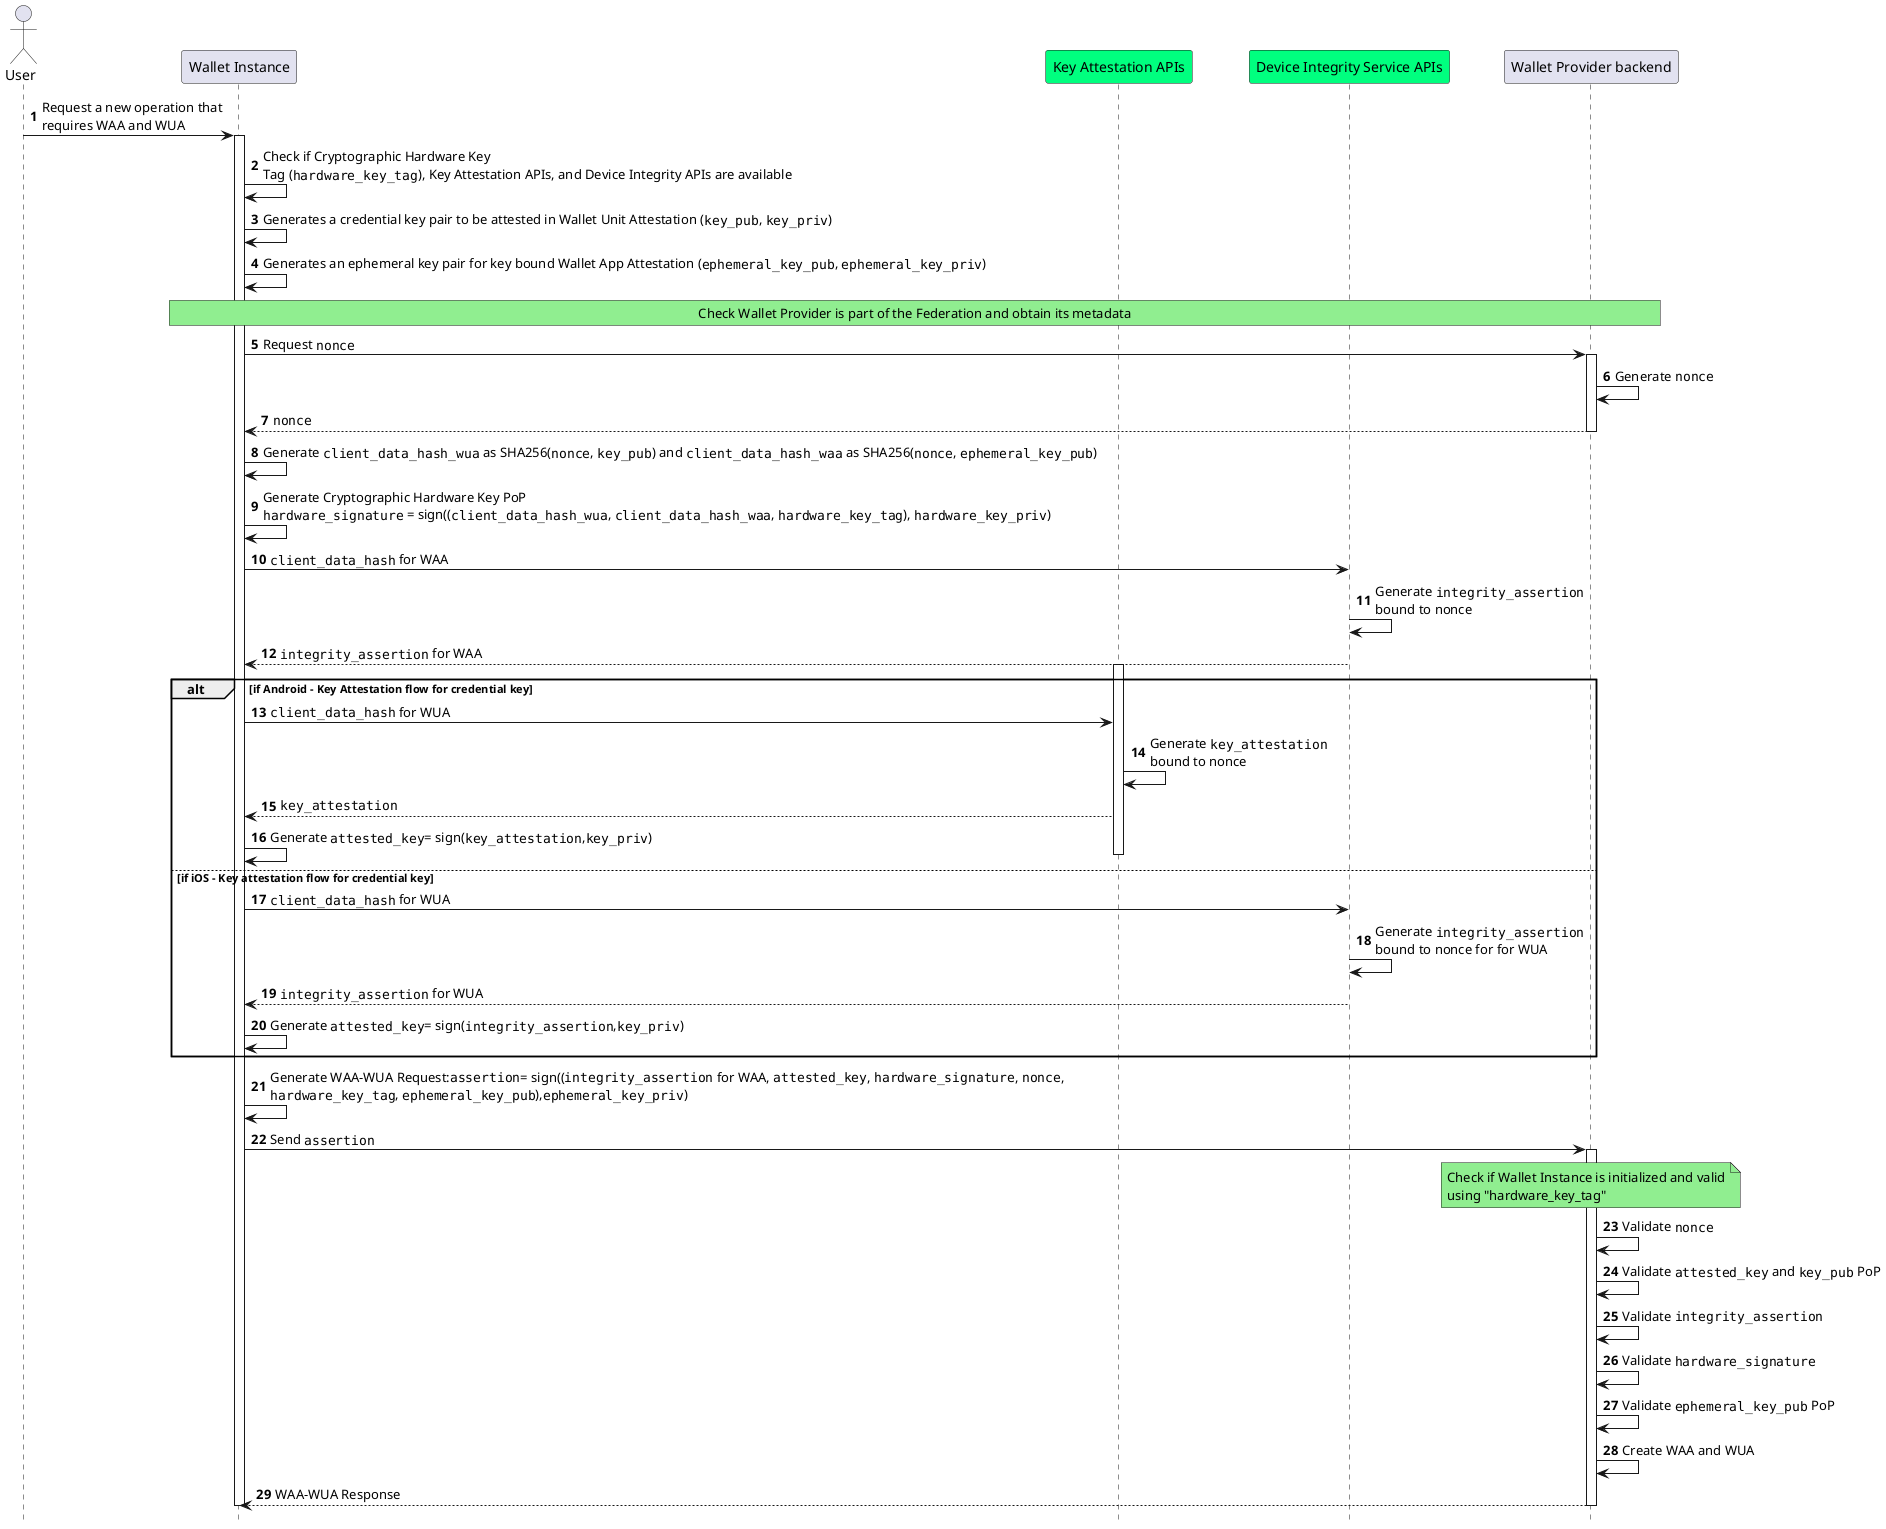
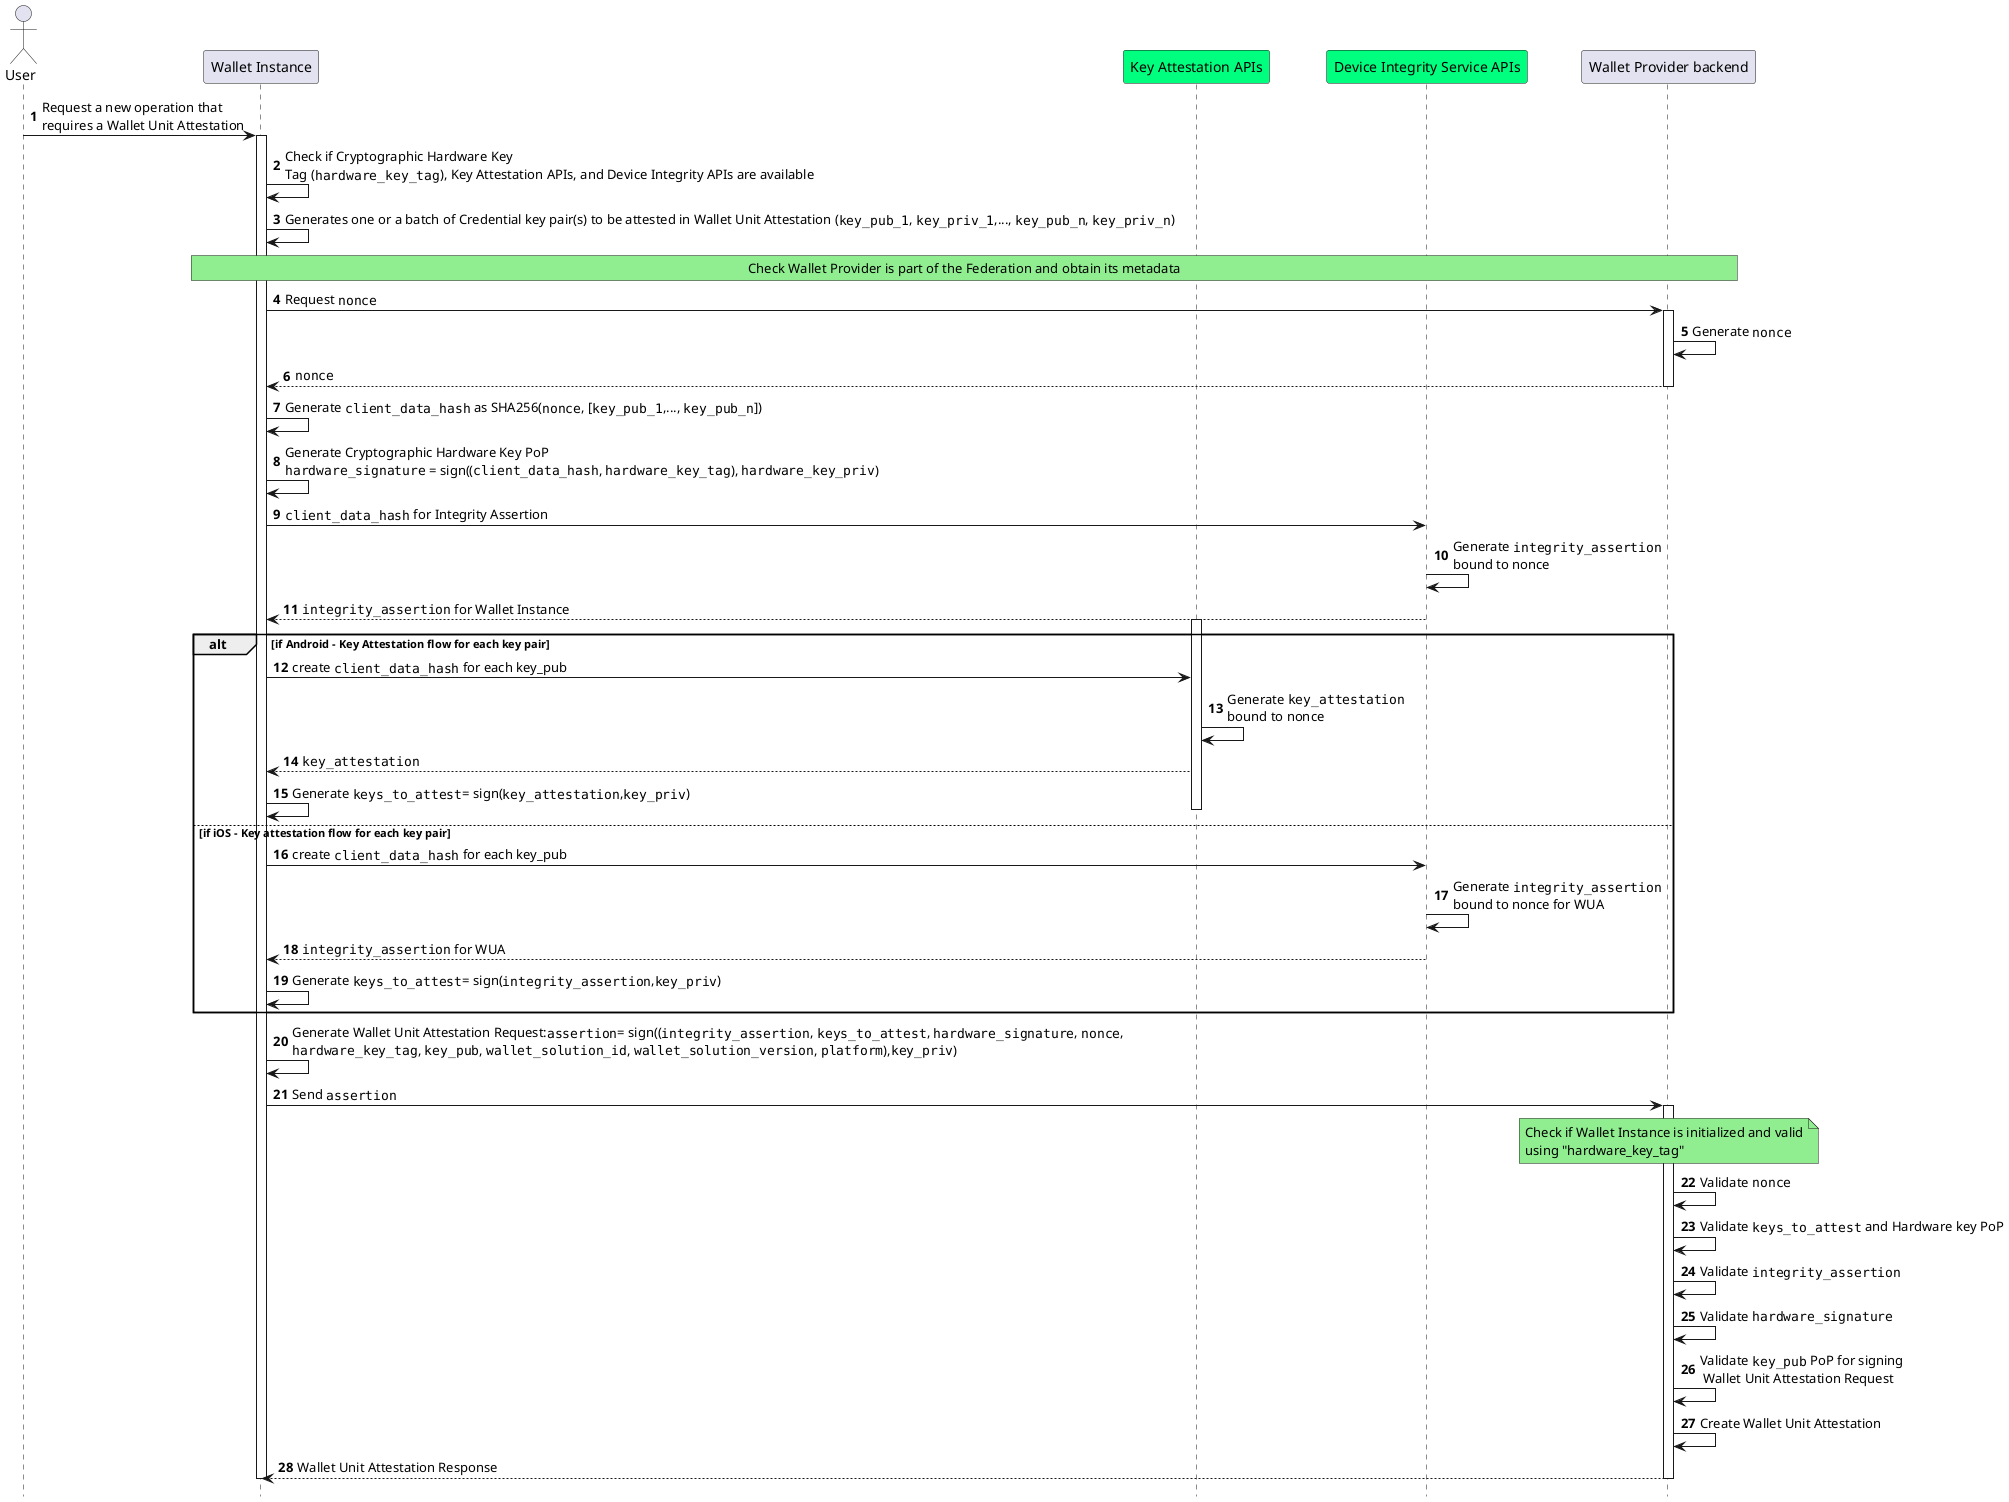
@startuml Wallet App and Wallet Unit Attestations Issuance
autonumber
hide footbox

'Participants
actor "User" as user
participant "Wallet Instance" as app
participant "Key Attestation APIs" as kats #springgreen
participant "Device Integrity Service APIs" as aats #springgreen
participant "Wallet Provider backend" as bck

- user->app: Request a new operation that\nrequires WAA and WUA
+ user->app: Request a new operation that\nrequires a Wallet Unit Attestation
activate app

app->app: Check if Cryptographic Hardware Key \nTag (""hardware_key_tag""), Key Attestation APIs, and Device Integrity APIs are available

- app->app: Generates a credential key pair to be attested in Wallet Unit Attestation (""key_pub"", ""key_priv"")
- app->app: Generates an ephemeral key pair for key bound Wallet App Attestation (""ephemeral_key_pub"", ""ephemeral_key_priv"")
+ app->app: Generates one or a batch of Credential key pair(s) to be attested in Wallet Unit Attestation (""key_pub_1"", ""key_priv_1"",..., ""key_pub_n"", ""key_priv_n"")

rnote over app,bck #LIGHTGREEN
Check Wallet Provider is part of the Federation and obtain its metadata
endrnote

app->bck: Request ""nonce""
activate bck

bck->bck: Generate ""nonce""

bck-->app: ""nonce""
deactivate bck


- app->app: Generate ""client_data_hash_wua"" as SHA256(""nonce"", ""key_pub"") and ""client_data_hash_waa"" as SHA256(""nonce"", ""ephemeral_key_pub"")
+ app->app: Generate ""client_data_hash"" as SHA256(""nonce"", [""key_pub_1"",..., ""key_pub_n""])

- app->app: Generate Cryptographic Hardware Key PoP\n""hardware_signature"" = sign((""client_data_hash_wua"", ""client_data_hash_waa"", ""hardware_key_tag""), ""hardware_key_priv"")
+ app->app: Generate Cryptographic Hardware Key PoP\n""hardware_signature"" = sign((""client_data_hash"", ""hardware_key_tag""), ""hardware_key_priv"")

- app->aats: ""client_data_hash"" for WAA
+ app->aats: ""client_data_hash"" for Integrity Assertion
aats->aats: Generate ""integrity_assertion""\nbound to nonce
- aats-->app: ""integrity_assertion"" for WAA
+ aats-->app: ""integrity_assertion"" for Wallet Instance

- alt if Android - Key Attestation flow for credential key
+ alt if Android - Key Attestation flow for each key pair

activate kats

- app->kats: ""client_data_hash"" for WUA
+ app->kats: create ""client_data_hash"" for each key_pub

kats->kats: Generate ""key_attestation""\nbound to nonce

kats-->app: ""key_attestation""
- app->app : Generate ""attested_key""= sign(""key_attestation"",""key_priv"")
+ app->app : Generate ""keys_to_attest""= sign(""key_attestation"",""key_priv"")

deactivate kats

- else if iOS - Key attestation flow for credential key
+ else if iOS - Key attestation flow for each key pair

- app->aats: ""client_data_hash"" for WUA
- aats->aats: Generate ""integrity_assertion""\nbound to nonce for for WUA
+ app->aats: create ""client_data_hash"" for each key_pub
+ aats->aats: Generate ""integrity_assertion""\nbound to nonce for WUA
aats-->app: ""integrity_assertion"" for WUA
- app->app : Generate ""attested_key""= sign(""integrity_assertion"",""key_priv"")
+ app->app : Generate ""keys_to_attest""= sign(""integrity_assertion"",""key_priv"")
end


- app->app: Generate WAA-WUA Request:""assertion""= sign((""integrity_assertion"" for WAA, ""attested_key"", ""hardware_signature"", ""nonce"",\n""hardware_key_tag"", ""ephemeral_key_pub""),""ephemeral_key_priv"")
+ app->app: Generate Wallet Unit Attestation Request:""assertion""= sign((""integrity_assertion"", ""keys_to_attest"", ""hardware_signature"", ""nonce"",\n""hardware_key_tag"", ""key_pub"", ""wallet_solution_id"", ""wallet_solution_version"", ""platform""),""key_priv"")
app->bck: Send ""assertion""
activate bck
Note over bck, bck #LIGHTGREEN
Check if Wallet Instance is initialized and valid
using "hardware_key_tag"
End note

bck->bck: Validate ""nonce""
- bck->bck: Validate ""attested_key"" and ""key_pub"" PoP
+ bck->bck: Validate ""keys_to_attest"" and Hardware key PoP
bck->bck: Validate ""integrity_assertion""
bck->bck: Validate ""hardware_signature""
- bck->bck: Validate ""ephemeral_key_pub"" PoP
- bck->bck: Create WAA and WUA
+ bck->bck: Validate ""key_pub"" PoP for signing\n Wallet Unit Attestation Request
+ bck->bck: Create Wallet Unit Attestation


- bck-->app: WAA-WUA Response
+ bck-->app: Wallet Unit Attestation Response

deactivate bck
deactivate app
@enduml